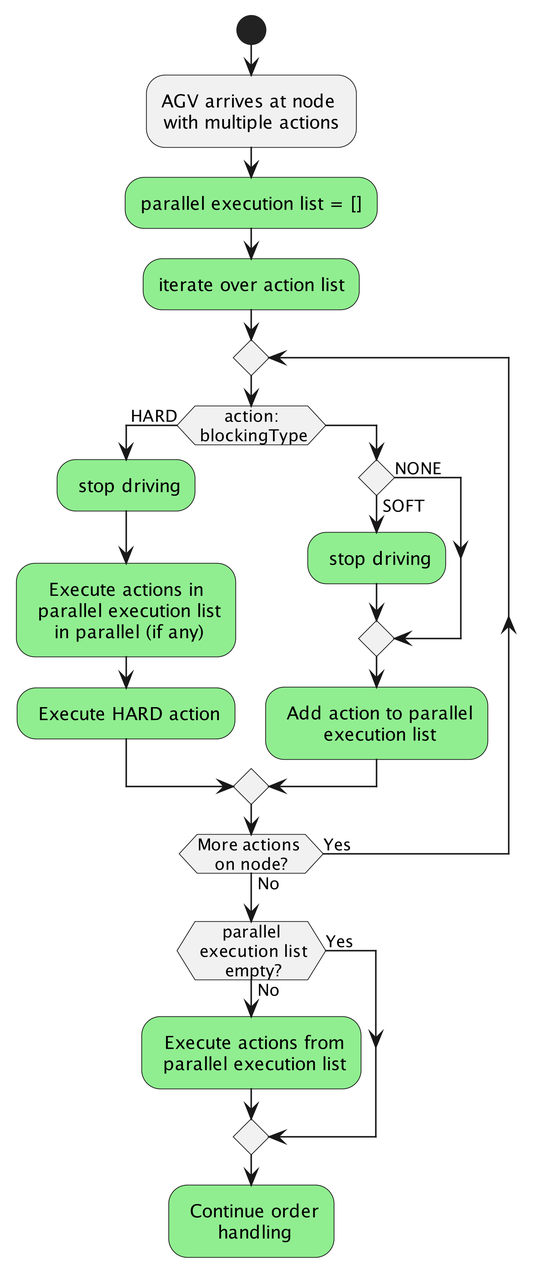
VDA5050/VDA5050 keeps this PlantUML diagram as assets/handling_multiple_actions.png. Above is the earlier version.
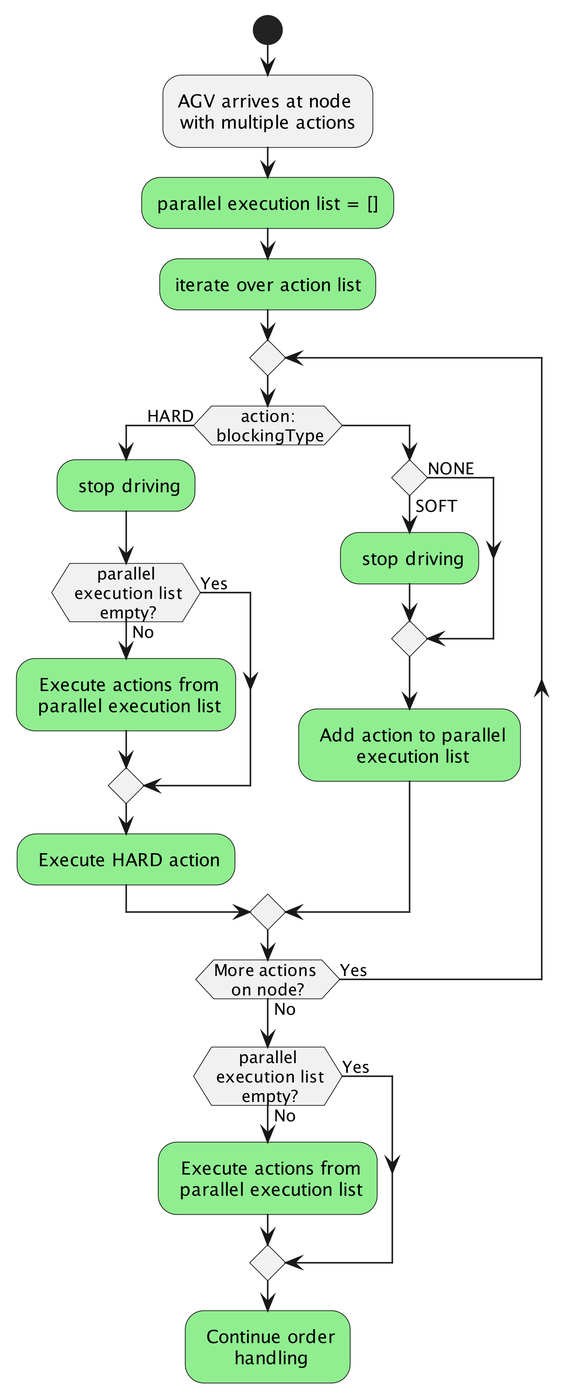
The same diagram one commit later.

Commit message:
updated pngs according to new uml files

Diff of the diagram source:
```diff
@@ -8,7 +8,10 @@
 repeat
     if (action:\n blockingType) then (HARD)
         #lightgreen: stop driving;
-        #lightgreen: Execute actions in \n parallel execution list\n in parallel (if any);
+        if (parallel\n execution list\n empty?) then(Yes)
+        else(No)
+        #lightgreen: Execute actions from\n parallel execution list;
+        endif
         #lightgreen: Execute HARD action;
     else
         if () then(SOFT)
```
